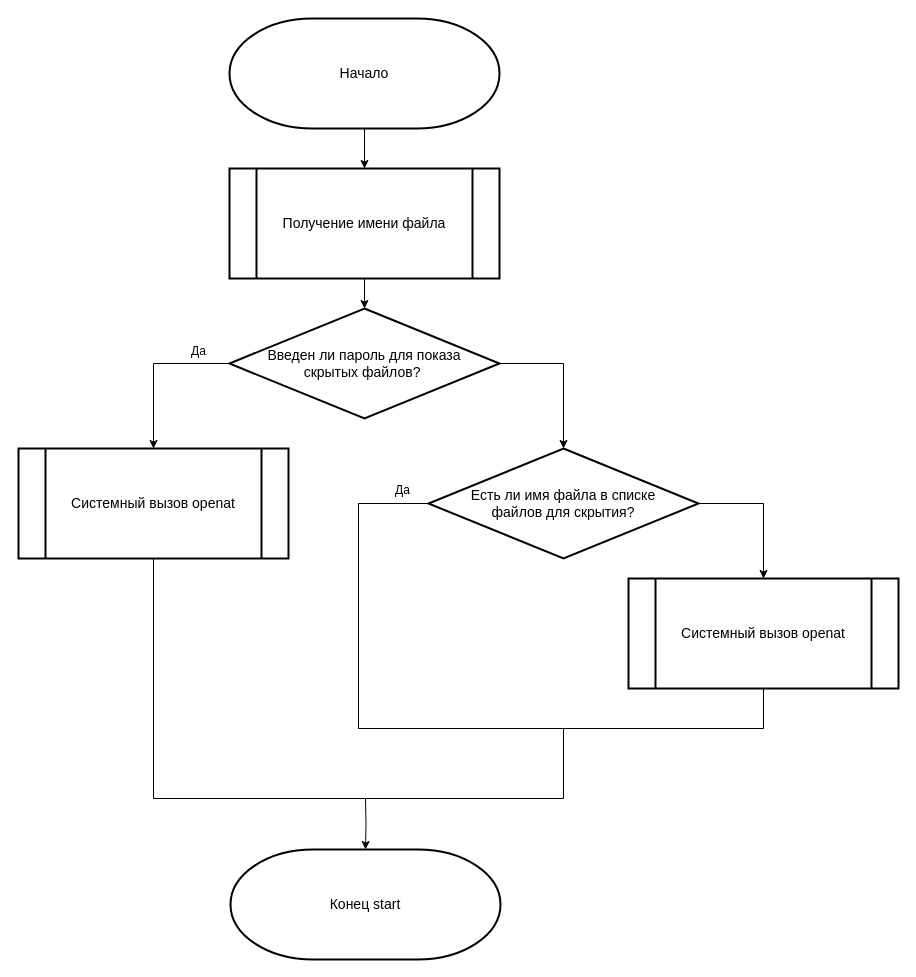
The draw.io diagram page "check" (2 of 7) of Diagrams.drawio in tatarinova0903/bmstu_os_course, before the edit. Source tidied: cells renumbered, new cells numbered last; positions are measured from the earlier drawing's top-left corner, leaving out a move shared by most shapes. Both pictures are drawn from the tidied source at 100%, with x=0, y=0 at pixel (18, 18).
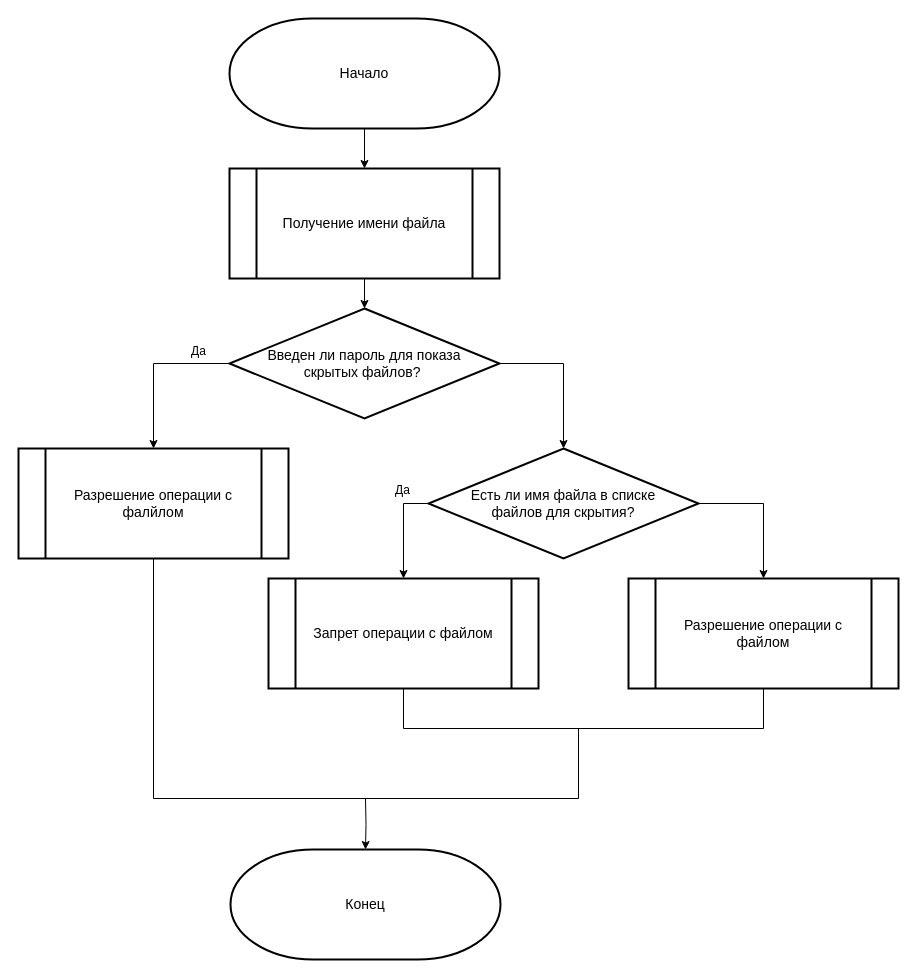
Above is the later version.

Unchanged cells that the change refers to:
```xml
<mxCell id="13" value="&lt;font style=&quot;font-size: 14px;&quot;&gt;Есть ли имя файла в списке &lt;br&gt;файлов для скрытия?&lt;/font&gt;" style="rhombus;whiteSpace=wrap;html=1;strokeWidth=2;" parent="1" vertex="1">
  <mxGeometry x="410" y="430" width="270" height="110" as="geometry" />
</mxCell>
```

Diff of the diagram source:
```diff
@@
-    <mxCell id="6" value="Конец start" style="strokeWidth=2;html=1;shape=mxgraph.flowchart.terminator;whiteSpace=wrap;fontSize=14;fontFamily=Helvetica;" parent="1" vertex="1">
+    <mxCell id="6" value="Конец" style="strokeWidth=2;html=1;shape=mxgraph.flowchart.terminator;whiteSpace=wrap;fontSize=14;fontFamily=Helvetica;" parent="1" vertex="1">
       <mxGeometry x="212" y="831" width="270" height="110" as="geometry" />
     </mxCell>
@@
-    <mxCell id="11" style="edgeStyle=orthogonalEdgeStyle;rounded=0;jettySize=auto;html=1;entryX=0.5;entryY=1;entryDx=0;entryDy=0;endArrow=none;endFill=0;" parent="1" edge="1" source="13" target="17">
-      <mxGeometry relative="1" as="geometry">
-        <Array as="points">
-          <mxPoint x="340" y="485" />
-          <mxPoint x="340" y="710" />
-          <mxPoint x="745" y="710" />
-        </Array>
-      </mxGeometry>
-    </mxCell>
@@
+    <mxCell id="19" style="edgeStyle=orthogonalEdgeStyle;rounded=0;jettySize=auto;html=1;exitX=0;exitY=0.5;exitDx=0;exitDy=0;entryX=0.5;entryY=0;entryDx=0;entryDy=0;" parent="1" edge="1" source="13" target="21">
+      <mxGeometry relative="1" as="geometry" />
+    </mxCell>
@@
     <mxCell id="14" style="edgeStyle=orthogonalEdgeStyle;rounded=0;jettySize=auto;html=1;endArrow=none;endFill=0;" parent="1" edge="1" source="15">
       <mxGeometry relative="1" as="geometry">
         <mxPoint x="545" y="710" as="targetPoint" />
         <Array as="points">
           <mxPoint x="135" y="780" />
-          <mxPoint x="545" y="780" />
+          <mxPoint x="560" y="780" />
+          <mxPoint x="560" y="710" />
         </Array>
       </mxGeometry>
     </mxCell>
-    <mxCell id="15" value="Системный вызов openat" style="shape=process;whiteSpace=wrap;html=1;backgroundOutline=1;strokeWidth=2;fontSize=14;" parent="1" vertex="1">
+    <mxCell id="15" value="Разрешение операции с фалйлом" style="shape=process;whiteSpace=wrap;html=1;backgroundOutline=1;strokeWidth=2;fontSize=14;" parent="1" vertex="1">
       <mxGeometry y="430" width="270" height="110" as="geometry" />
     </mxCell>
@@
-    <mxCell id="17" value="Системный вызов openat" style="shape=process;whiteSpace=wrap;html=1;backgroundOutline=1;strokeWidth=2;fontSize=14;" parent="1" vertex="1">
+    <mxCell id="17" value="Разрешение операции с файлом" style="shape=process;whiteSpace=wrap;html=1;backgroundOutline=1;strokeWidth=2;fontSize=14;" parent="1" vertex="1">
       <mxGeometry x="610" y="560" width="270" height="110" as="geometry" />
     </mxCell>
@@
+    <mxCell id="20" style="edgeStyle=orthogonalEdgeStyle;rounded=0;jettySize=auto;html=1;entryX=0.5;entryY=1;entryDx=0;entryDy=0;exitX=0.5;exitY=1;exitDx=0;exitDy=0;endArrow=none;endFill=0;" parent="1" edge="1" source="21" target="17">
+      <mxGeometry relative="1" as="geometry">
+        <Array as="points">
+          <mxPoint x="385" y="710" />
+          <mxPoint x="745" y="710" />
+        </Array>
+      </mxGeometry>
+    </mxCell>
+    <mxCell id="21" value="Запрет операции с файлом" style="shape=process;whiteSpace=wrap;html=1;backgroundOutline=1;strokeWidth=2;fontSize=14;" parent="1" vertex="1">
+      <mxGeometry x="250" y="560" width="270" height="110" as="geometry" />
+    </mxCell>
```
